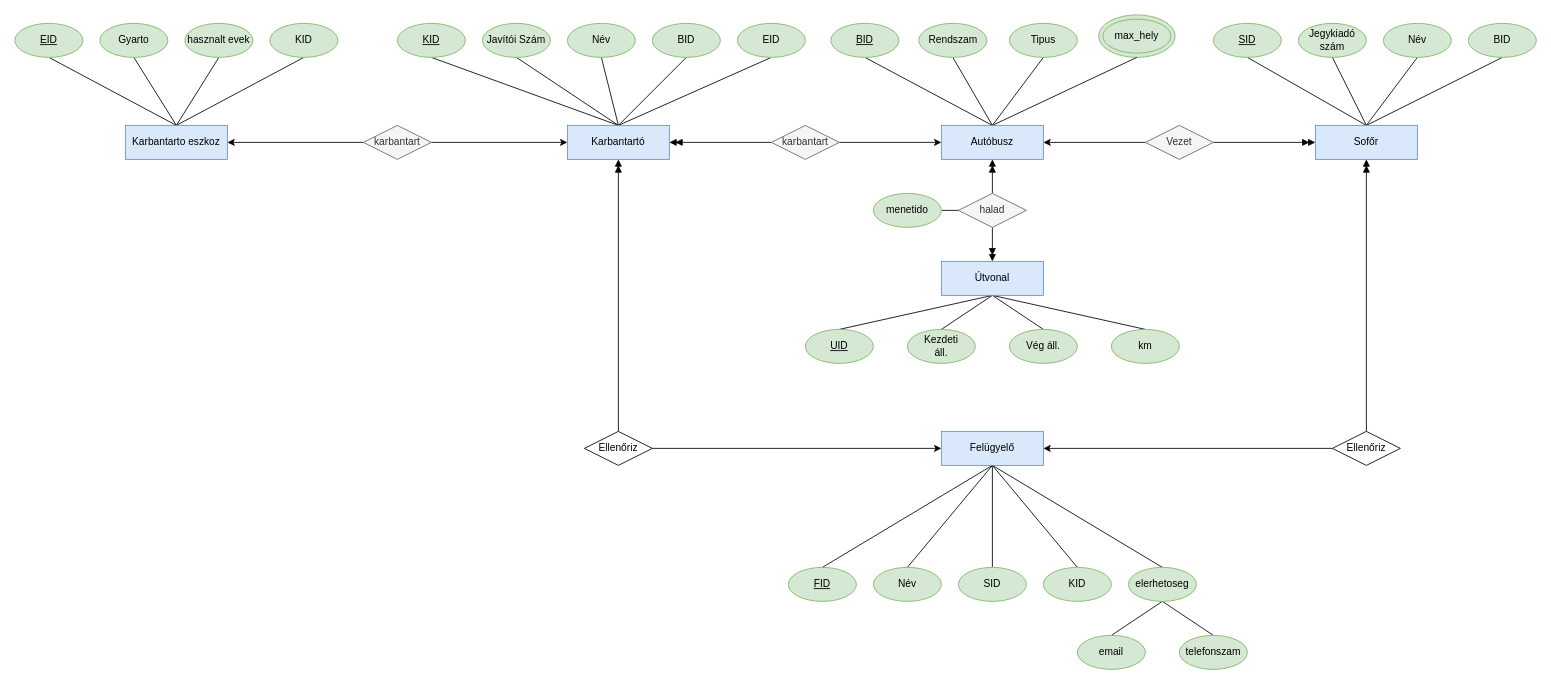
HonDaniel/HR6121_DB1Gyak keeps this draw.io diagram as DBSemTaskHR6121/ERHR6121.drawio. Above is the earlier version. Source tidied: cells renumbered, new cells numbered last; positions are measured from the earlier drawing's top-left corner, leaving out a move shared by most shapes. Both pictures are drawn from the tidied source at 85%, with x=0, y=0 at pixel (14, 14).
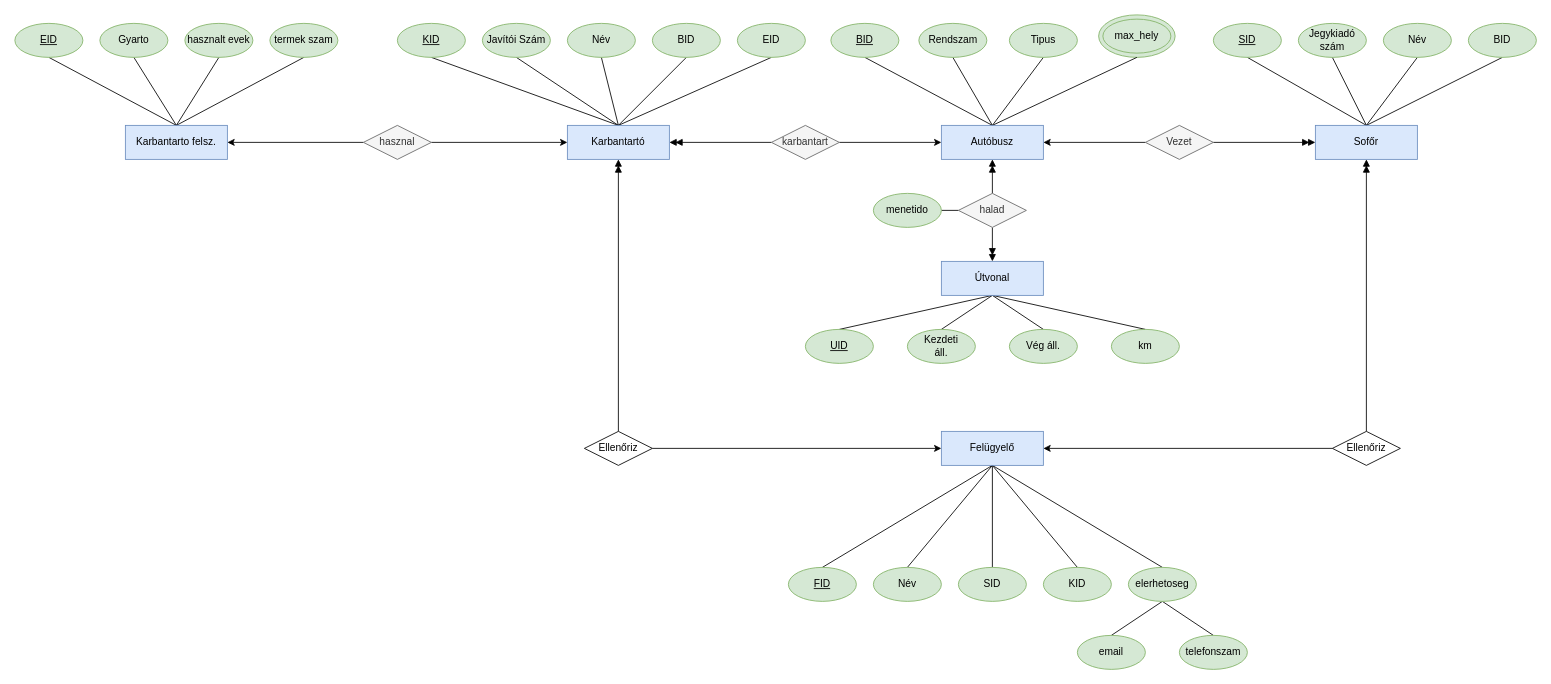
The same page after the edit.

What changed in the source:
```diff
@@
-    <mxCell id="75" value="karbantart" style="rhombus;whiteSpace=wrap;html=1;fillColor=#f5f5f5;fontColor=#333333;strokeColor=#666666;" parent="1" vertex="1">
+    <mxCell id="75" value="hasznal" style="rhombus;whiteSpace=wrap;html=1;fillColor=#f5f5f5;fontColor=#333333;strokeColor=#666666;" parent="1" vertex="1">
       <mxGeometry x="410" y="130" width="80" height="40" as="geometry" />
     </mxCell>
@@
-    <mxCell id="80" value="Karbantarto eszkoz" style="rounded=0;whiteSpace=wrap;html=1;fillColor=#dae8fc;strokeColor=#6c8ebf;" parent="1" vertex="1">
+    <mxCell id="80" value="Karbantarto felsz." style="rounded=0;whiteSpace=wrap;html=1;fillColor=#dae8fc;strokeColor=#6c8ebf;" parent="1" vertex="1">
       <mxGeometry x="130" y="130" width="120" height="40" as="geometry" />
     </mxCell>
@@
-    <mxCell id="84" value="KID" style="ellipse;whiteSpace=wrap;html=1;fillColor=#d5e8d4;strokeColor=#82b366;" parent="1" vertex="1">
+    <mxCell id="84" value="termek szam" style="ellipse;whiteSpace=wrap;html=1;fillColor=#d5e8d4;strokeColor=#82b366;" parent="1" vertex="1">
       <mxGeometry x="300" y="10" width="80" height="40" as="geometry" />
     </mxCell>
```
